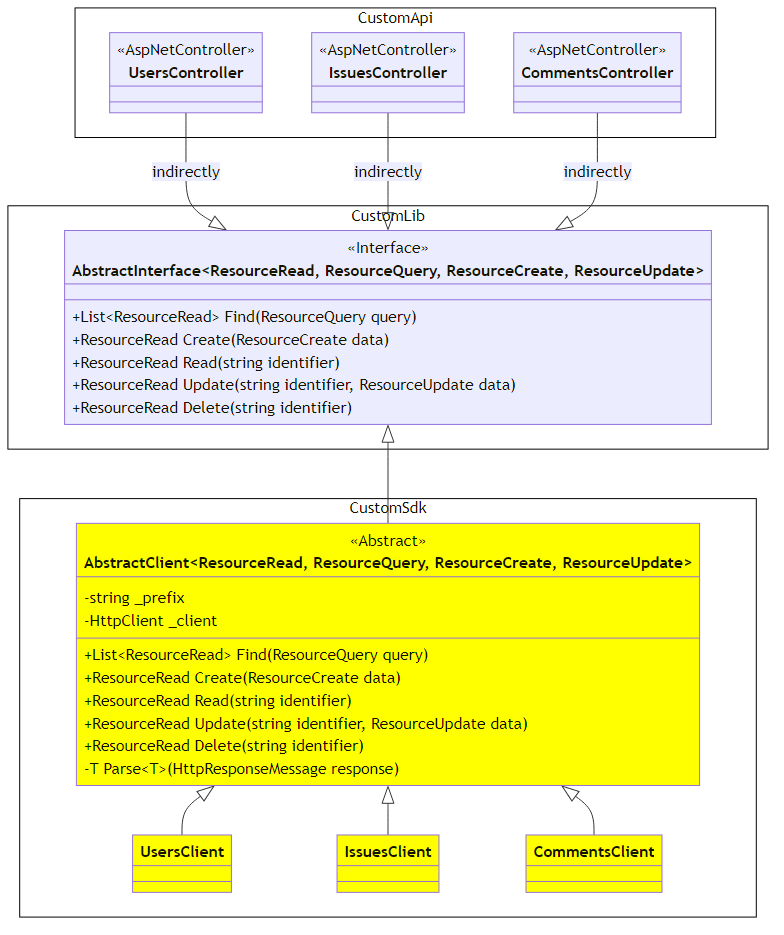
ghackenberg/csharp-maui-aspnet-sample keeps this Mermaid diagram as Models/Client/Overview.png. Above is the earlier version. Its source is kept beside it as Models/Client/Overview.mmd.
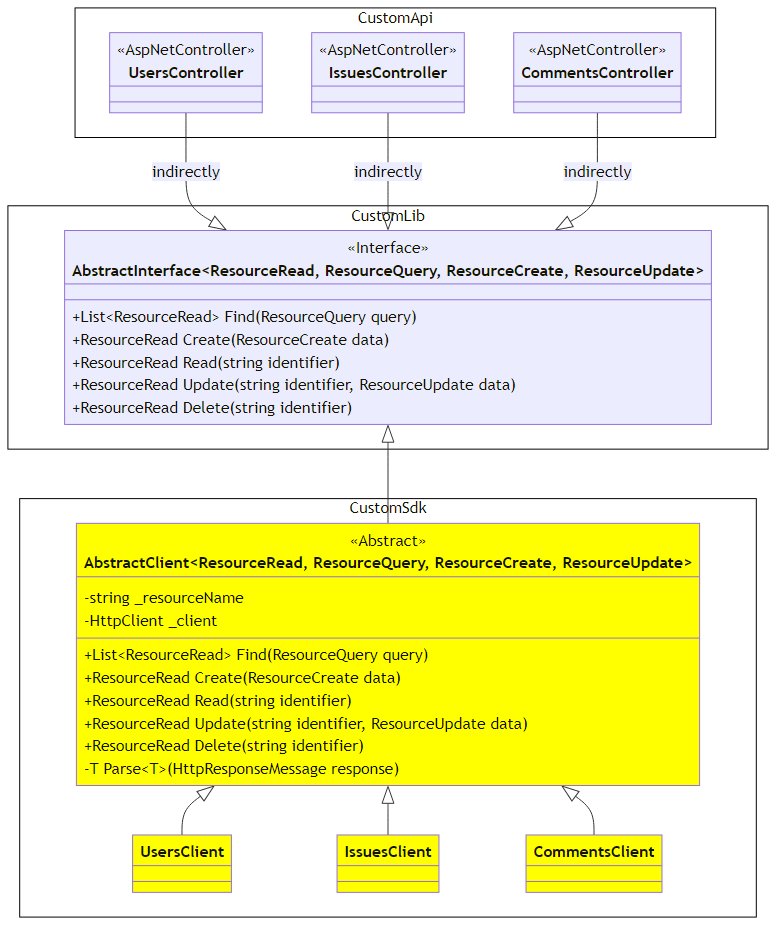
The same diagram one commit later.

What changed in the source:
```diff
@@ -26,7 +26,7 @@
     namespace CustomSdk {
         class AbstractClient~ResourceRead, ResourceQuery, ResourceCreate, ResourceUpdate~ {
             <<Abstract>>
-            -string _prefix
+            -string _resourceName
             -HttpClient _client
             +List~ResourceRead~ Find(ResourceQuery query)
             +ResourceRead Create(ResourceCreate data)
```
